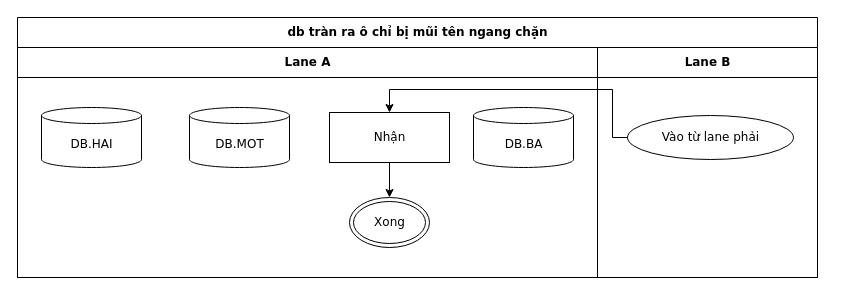
Before: conformance/golden/cases/48-place-attach-overflow-span.drawio in luytbq/flowcast, a draw.io diagram. Source tidied: cells renumbered, new cells numbered last; positions are measured from the earlier drawing's top-left corner, leaving out a move shared by most shapes. Both pictures are drawn from the tidied source at 100%, with x=0, y=0 at pixel (17, 17).
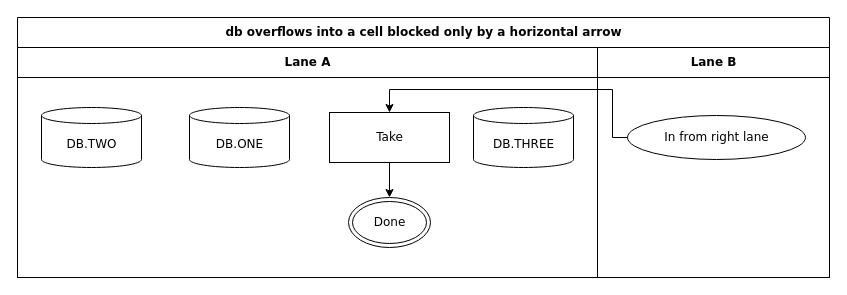
The same page after the edit.

What changed in the source:
```diff
@@
 <mxGraphModel>
   <root>
     <mxCell id="0" />
     <mxCell id="1" parent="0" />
-    <mxCell id="2" value="db tràn ra ô chỉ bị mũi tên ngang chặn" style="swimlane;html=1;startSize=30;fontStyle=1;fontFamily=Verdana;fontSize=12;flowtable=1;" parent="1" vertex="1">
-      <mxGeometry width="800" height="260" as="geometry" />
+    <mxCell id="2" value="db overflows into a cell blocked only by a horizontal arrow" style="swimlane;html=1;startSize=30;fontStyle=1;fontFamily=Verdana;fontSize=12;flowtable=1;" parent="1" vertex="1">
+      <mxGeometry width="812" height="260" as="geometry" />
     </mxCell>
     <mxCell id="3" value="Lane A" style="swimlane;html=1;startSize=30;fontFamily=Verdana;fontSize=12;flowtable=1;" parent="2" vertex="1">
       <mxGeometry y="30" width="580" height="230" as="geometry" />
     </mxCell>
     <mxCell id="4" value="Lane B" style="swimlane;html=1;startSize=30;fontFamily=Verdana;fontSize=12;flowtable=1;" parent="2" vertex="1">
-      <mxGeometry x="580" y="30" width="220" height="230" as="geometry" />
+      <mxGeometry x="580" y="30" width="232" height="230" as="geometry" />
     </mxCell>
-    <mxCell id="5" value="Vào từ lane phải" style="ellipse;html=1;fontFamily=Verdana;fontSize=12;flowtable=1;" parent="4" vertex="1">
-      <mxGeometry x="30" y="68" width="166" height="44" as="geometry" />
+    <mxCell id="5" value="In from right lane" style="ellipse;html=1;fontFamily=Verdana;fontSize=12;flowtable=1;" parent="4" vertex="1">
+      <mxGeometry x="30" y="68" width="178" height="44" as="geometry" />
     </mxCell>
-    <mxCell id="6" value="Nhận" style="rounded=0;html=1;fontFamily=Verdana;fontSize=12;flowtable=1;" parent="3" vertex="1">
+    <mxCell id="6" value="Take" style="rounded=0;html=1;fontFamily=Verdana;fontSize=12;flowtable=1;" parent="3" vertex="1">
       <mxGeometry x="312" y="65" width="120" height="50" as="geometry" />
     </mxCell>
-    <mxCell id="7" value="DB.MOT" style="shape=cylinder3;html=1;boundedLbl=1;backgroundOutline=1;size=8;fontFamily=Verdana;fontSize=12;flowtable=1;" parent="3" vertex="1">
+    <mxCell id="7" value="DB.ONE" style="shape=cylinder3;html=1;boundedLbl=1;backgroundOutline=1;size=8;fontFamily=Verdana;fontSize=12;flowtable=1;" parent="3" vertex="1">
       <mxGeometry x="172" y="60" width="100" height="60" as="geometry" />
     </mxCell>
-    <mxCell id="8" value="DB.HAI" style="shape=cylinder3;html=1;boundedLbl=1;backgroundOutline=1;size=8;fontFamily=Verdana;fontSize=12;flowtable=1;" parent="3" vertex="1">
+    <mxCell id="8" value="DB.TWO" style="shape=cylinder3;html=1;boundedLbl=1;backgroundOutline=1;size=8;fontFamily=Verdana;fontSize=12;flowtable=1;" parent="3" vertex="1">
       <mxGeometry x="24" y="60" width="100" height="60" as="geometry" />
     </mxCell>
-    <mxCell id="9" value="DB.BA" style="shape=cylinder3;html=1;boundedLbl=1;backgroundOutline=1;size=8;fontFamily=Verdana;fontSize=12;flowtable=1;" parent="3" vertex="1">
+    <mxCell id="9" value="DB.THREE" style="shape=cylinder3;html=1;boundedLbl=1;backgroundOutline=1;size=8;fontFamily=Verdana;fontSize=12;flowtable=1;" parent="3" vertex="1">
       <mxGeometry x="456" y="60" width="100" height="60" as="geometry" />
     </mxCell>
-    <mxCell id="10" value="Xong" style="shape=doubleEllipse;html=1;fontFamily=Verdana;fontSize=12;flowtable=1;" parent="3" vertex="1">
-      <mxGeometry x="332" y="150" width="80" height="50" as="geometry" />
+    <mxCell id="10" value="Done" style="shape=doubleEllipse;html=1;fontFamily=Verdana;fontSize=12;flowtable=1;" parent="3" vertex="1">
+      <mxGeometry x="331" y="150" width="82" height="50" as="geometry" />
     </mxCell>
     <mxCell id="11" style="edgeStyle=orthogonalEdgeStyle;rounded=0;jettySize=auto;html=1;labelBackgroundColor=default;exitX=0;exitY=0.5;exitDx=0;exitDy=0;entryX=0.5;entryY=0;entryDx=0;entryDy=0;fontFamily=Verdana;fontSize=12;flowtable=1;" parent="2" edge="1" source="5" target="6">
       <mxGeometry relative="1" as="geometry">
         <Array as="points">
           <mxPoint x="595" y="120" />
           <mxPoint x="595" y="72" />
           <mxPoint x="372" y="72" />
         </Array>
       </mxGeometry>
     </mxCell>
     <mxCell id="12" style="edgeStyle=orthogonalEdgeStyle;rounded=0;jettySize=auto;html=1;labelBackgroundColor=default;exitX=0.5;exitY=1;exitDx=0;exitDy=0;entryX=0.5;entryY=0;entryDx=0;entryDy=0;fontFamily=Verdana;fontSize=12;flowtable=1;" parent="2" edge="1" source="6" target="10">
       <mxGeometry relative="1" as="geometry" />
     </mxCell>
   </root>
 </mxGraphModel>
```
